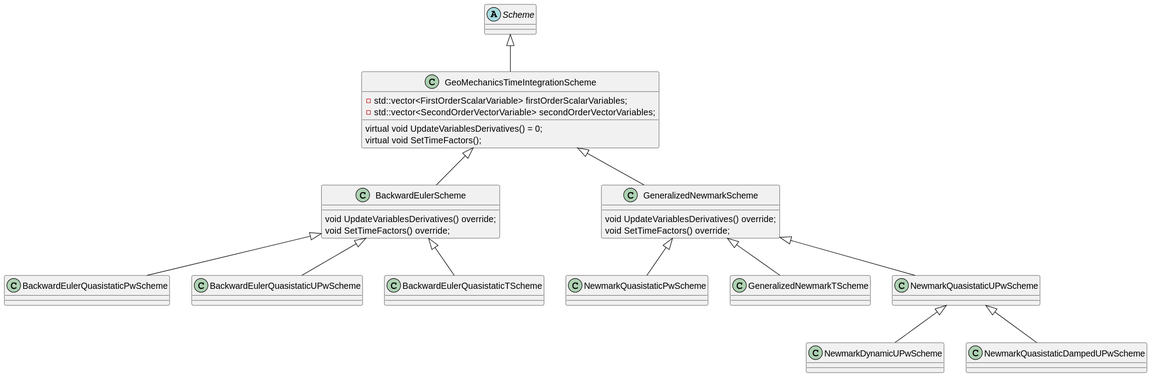
The PlantUML diagram applications/GeoMechanicsApplication/custom_strategies/schemes/SchemeStructure.svg in KratosMultiphysics/Kratos, before a commit.
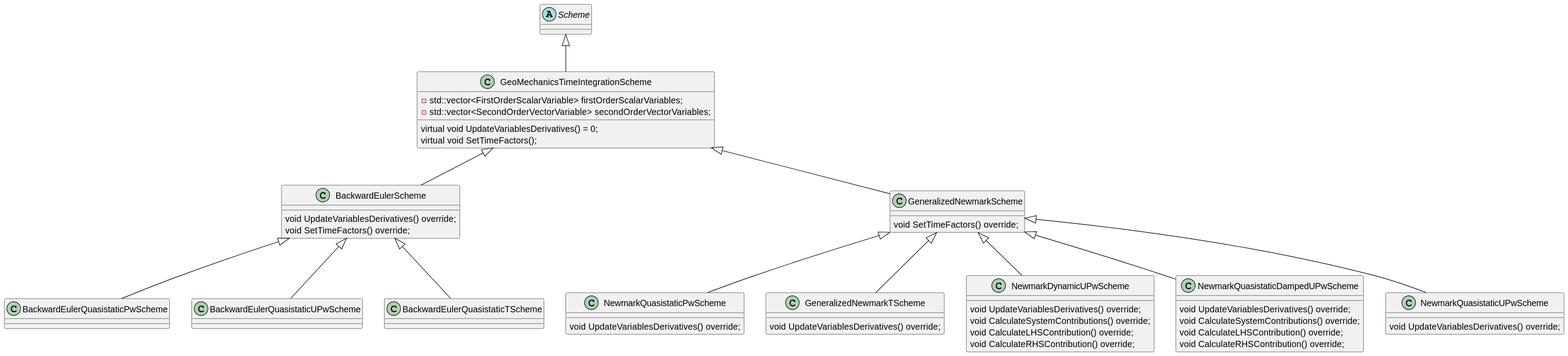
Later version of the same file.

What changed in the source:
```diff
@@ -27,19 +27,39 @@
 
 class GeneralizedNewmarkScheme
 {
-    void UpdateVariablesDerivatives() override;
     void SetTimeFactors() override;
 }
 class NewmarkQuasistaticPwScheme
+{
+    void UpdateVariablesDerivatives() override;
+}
 class GeneralizedNewmarkTScheme
+{
+    void UpdateVariablesDerivatives() override;
+}
+class NewmarkDynamicUPwScheme
+{
+    void UpdateVariablesDerivatives() override;
+    void CalculateSystemContributions() override;
+    void CalculateLHSContribution() override;
+    void CalculateRHSContribution() override;
+}
+class NewmarkQuasistaticDampedUPwScheme
+{
+    void UpdateVariablesDerivatives() override;
+    void CalculateSystemContributions() override;
+    void CalculateLHSContribution() override;
+    void CalculateRHSContribution() override;
+}
 class NewmarkQuasistaticUPwScheme
-class NewmarkDynamicUPwScheme
-class NewmarkQuasistaticDampedUPwScheme
+{
+    void UpdateVariablesDerivatives() override;
+}
 
 GeoMechanicsTimeIntegrationScheme <|-- GeneralizedNewmarkScheme
 GeneralizedNewmarkScheme <|-- NewmarkQuasistaticPwScheme
 GeneralizedNewmarkScheme <|-- GeneralizedNewmarkTScheme
+GeneralizedNewmarkScheme <|-- NewmarkDynamicUPwScheme
+GeneralizedNewmarkScheme <|-- NewmarkQuasistaticDampedUPwScheme
 GeneralizedNewmarkScheme <|-- NewmarkQuasistaticUPwScheme
-NewmarkQuasistaticUPwScheme <|-- NewmarkDynamicUPwScheme
-NewmarkQuasistaticUPwScheme <|-- NewmarkQuasistaticDampedUPwScheme
 @enduml
```
